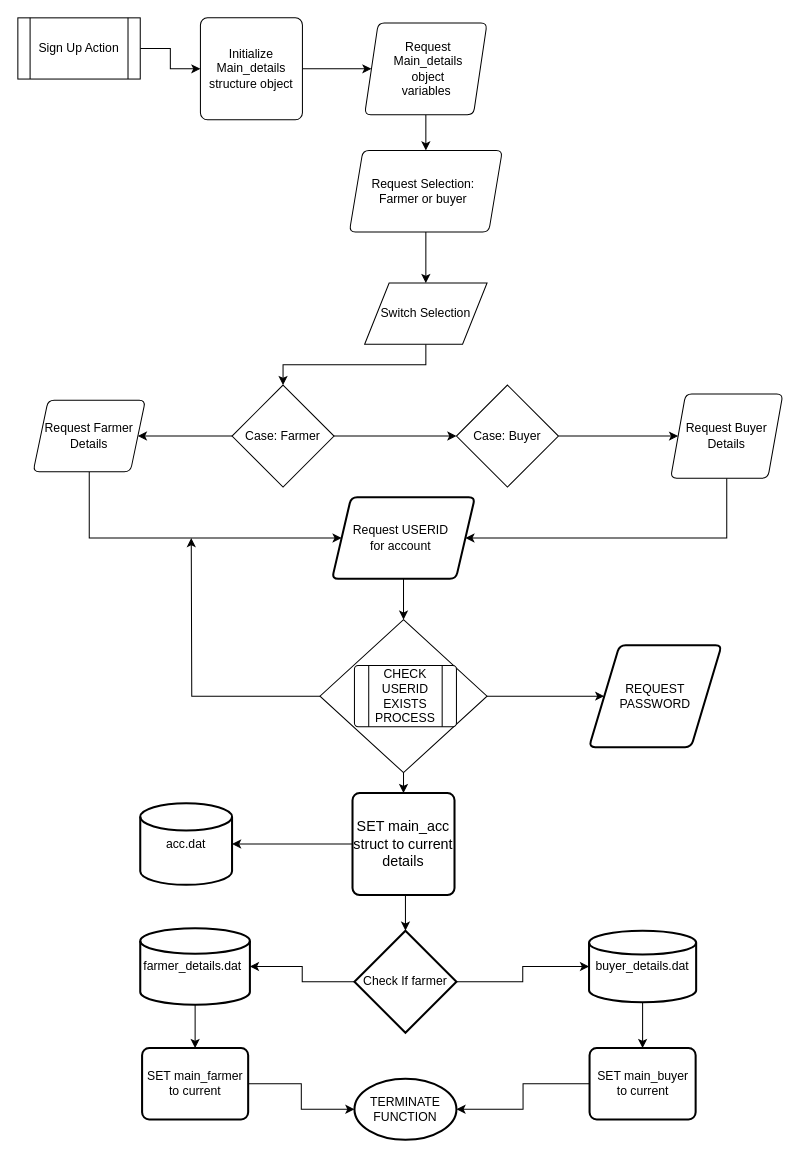
This is Sign_Up.drawio from dhruvbanerjee77/FARMHOUSE-A-Marketing-Portal, a draw.io file, before an edit. Source tidied: cells renumbered, new cells numbered last; positions are measured from the earlier drawing's top-left corner, leaving out a move shared by most shapes. Both pictures are drawn from the tidied source at 102%, with x=0, y=0 at pixel (17, 17).
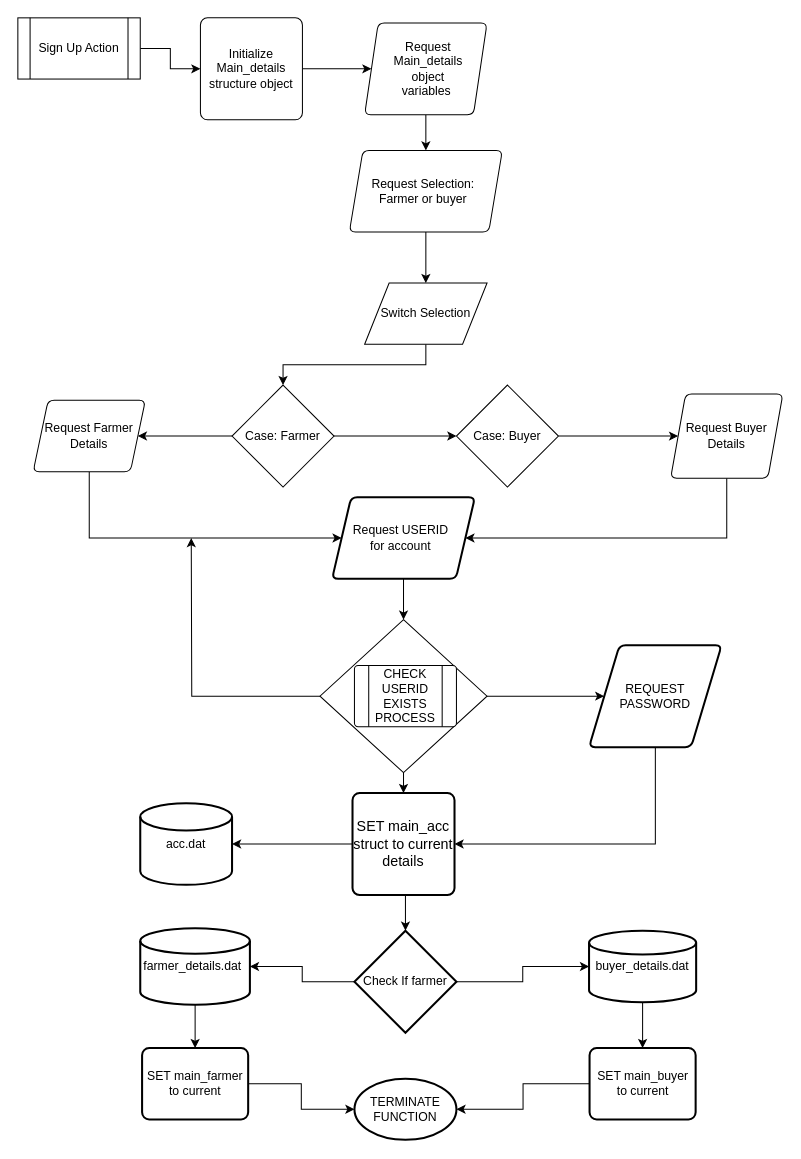
The same page after the edit.

The change refers to these unchanged cells:
```xml
<mxCell id="28" value="REQUEST PASSWORD" style="shape=parallelogram;html=1;strokeWidth=2;perimeter=parallelogramPerimeter;whiteSpace=wrap;rounded=1;arcSize=12;size=0.23;" parent="1" vertex="1">
  <mxGeometry x="560" y="615" width="130" height="100" as="geometry" />
</mxCell>
<mxCell id="31" value="&lt;font style=&quot;font-size: 14px&quot;&gt;SET main_acc struct to current details&lt;/font&gt;" style="rounded=1;whiteSpace=wrap;html=1;absoluteArcSize=1;arcSize=14;strokeWidth=2;" parent="1" vertex="1">
  <mxGeometry x="328.1" y="760" width="100" height="100" as="geometry" />
</mxCell>
```

Diff of the diagram source:
```diff
@@
+    <mxCell id="45" style="edgeStyle=orthogonalEdgeStyle;rounded=0;jettySize=auto;html=1;entryX=1;entryY=0.5;entryDx=0;entryDy=0;" parent="1" edge="1" source="28" target="31">
+      <mxGeometry relative="1" as="geometry">
+        <Array as="points">
+          <mxPoint x="625" y="810" />
+        </Array>
+      </mxGeometry>
+    </mxCell>
```
